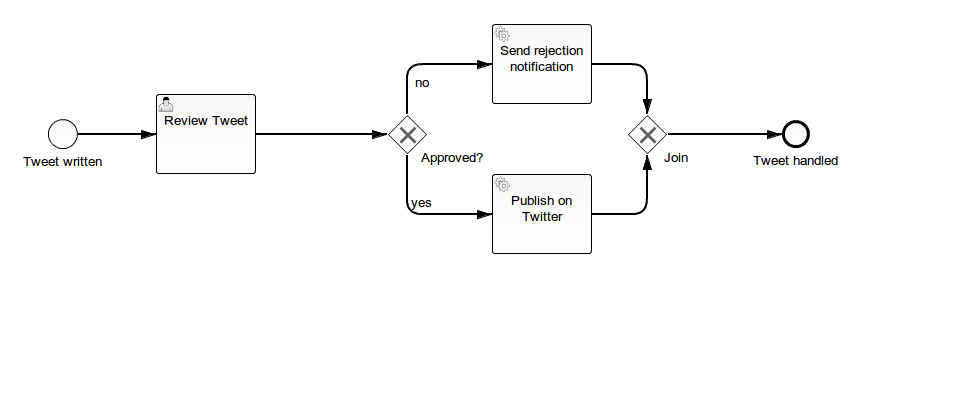
The BPMN diagram showcases/twitter/src/main/resources/TwitterDemoProcess.png in camunda-consulting/camunda-7-code-examples, before a commit. Its source is kept beside it as showcases/twitter/src/main/resources/TwitterDemoProcess.bpmn. Ids are renumbered.
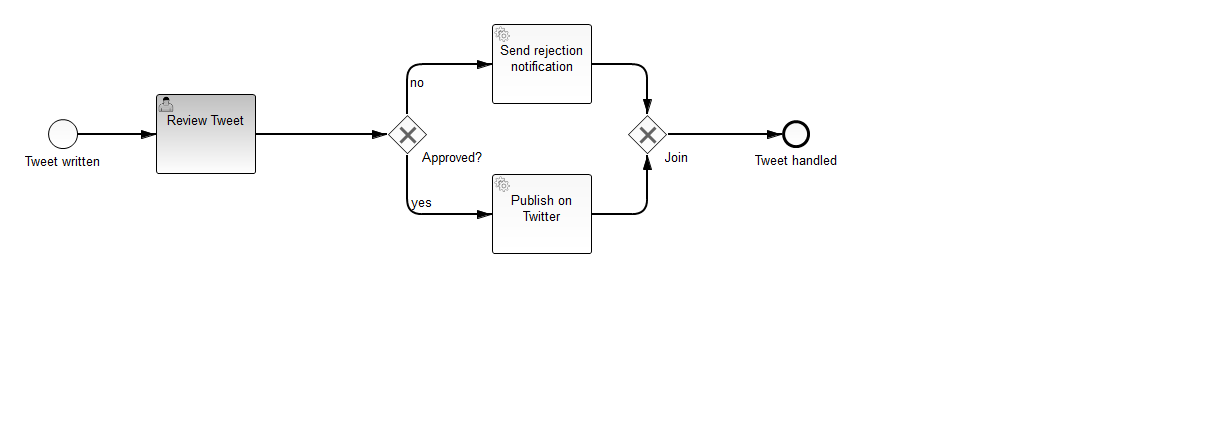
The same diagram one commit later.

Commit message:
added config for Data Generation and KPI Plugin

Change to the diagram source:
```diff
@@ -1,19 +1,39 @@
 <definitions xmlns:xsi="http://www.w3.org/2001/XMLSchema-instance" xmlns="http://www.omg.org/spec/BPMN/20100524/MODEL" xmlns:bpmndi="http://www.omg.org/spec/BPMN/20100524/DI" xmlns:camunda="http://activiti.org/bpmn" xmlns:omgdc="http://www.omg.org/spec/DD/20100524/DC" xmlns:omgdi="http://www.omg.org/spec/DD/20100524/DI" xsi:schemaLocation="http://www.omg.org/spec/BPMN/20100524/MODEL BPMN20.xsd" exporter="camunda modeler" exporterVersion="2.7.0" targetNamespace="http://www.signavio.com/bpmn20">
   <process id="TwitterDemoProcess" name="TwitterDemoProcess" isExecutable="true">
-    <serviceTask id="service_task_send_rejection_notification" camunda:delegateExpression="${emailAdapter}" name="Send rejection notification">
+    <serviceTask id="service_task_send_rejection_notification" camunda:class="org.camunda.bpm.example.twitter.RejectionNotificationDelegate" name="Send rejection notification">
+      <extensionElements>
+        <camunda:properties>
+          <camunda:property value="Tweet Rejected" name="KPI-Ratio"/>
+        </camunda:properties>
+      </extensionElements>
       <incoming>no</incoming>
       <outgoing>SequenceFlow_4</outgoing>
     </serviceTask>
     <sequenceFlow id="SequenceFlow_4" name="" sourceRef="service_task_send_rejection_notification" targetRef="gateway_join"/>
     <exclusiveGateway id="gateway_approved" name="Approved?">
+      <extensionElements>
+        <camunda:properties>
+          <camunda:property value="Tweet Approval Time" name="KPI-Cycle-End"/>
+        </camunda:properties>
+      </extensionElements>
       <incoming>SequenceFlow_2</incoming>
       <outgoing>no</outgoing>
       <outgoing>yes</outgoing>
     </exclusiveGateway>
     <sequenceFlow id="no" name="no&#x9;" sourceRef="gateway_approved" targetRef="service_task_send_rejection_notification">
+      <extensionElements>
+        <camunda:properties>
+          <camunda:property value="13" name="probability"/>
+        </camunda:properties>
+      </extensionElements>
       <conditionExpression xsi:type="tFormalExpression" id="FormalExpression_1">#{!approved}</conditionExpression>
     </sequenceFlow>
     <sequenceFlow id="yes" name="yes" sourceRef="gateway_approved" targetRef="service_task_publish_on_twitter">
+      <extensionElements>
+        <camunda:properties>
+          <camunda:property value="87" name="probability"/>
+        </camunda:properties>
+      </extensionElements>
       <conditionExpression xsi:type="tFormalExpression" id="FormalExpression_2">#{approved}</conditionExpression>
     </sequenceFlow>
     <exclusiveGateway id="gateway_join" name="Join">
@@ -22,7 +42,12 @@
       <outgoing>SequenceFlow_5</outgoing>
     </exclusiveGateway>
     <sequenceFlow id="SequenceFlow_5" name="" sourceRef="gateway_join" targetRef="end_event_tweet_handled"/>
-    <serviceTask id="service_task_publish_on_twitter" camunda:delegateExpression="#{tweetAdapter}" name="Publish on Twitter">
+    <serviceTask id="service_task_publish_on_twitter" camunda:class="org.camunda.bpm.example.twitter.TweetContentDelegate" name="Publish on Twitter">
+      <extensionElements>
+        <camunda:properties>
+          <camunda:property value="Tweet Approved" name="KPI-Ratio"/>
+        </camunda:properties>
+      </extensionElements>
       <incoming>yes</incoming>
       <outgoing>SequenceFlow_3</outgoing>
     </serviceTask>
@@ -31,10 +56,21 @@
       <incoming>SequenceFlow_5</incoming>
     </endEvent>
     <startEvent id="start_event_new_tweet" camunda:initiator="initiator" camunda:formKey="app:createTweet.jsf" name="Tweet written">
+      <extensionElements>
+        <camunda:properties>
+          <camunda:property value="Tweet Approval Time" name="KPI-Cycle-Start"/>
+        </camunda:properties>
+      </extensionElements>
       <outgoing>SequenceFlow_9</outgoing>
     </startEvent>
     <sequenceFlow id="SequenceFlow_9" name="" sourceRef="start_event_new_tweet" targetRef="user_task_review_tweet"/>
     <userTask id="user_task_review_tweet" camunda:assignee="demo" camunda:formKey="app:reviewTweet.jsf" name="Review Tweet">
+      <extensionElements>
+        <camunda:properties>
+          <camunda:property value="10000" name="durationMean"/>
+          <camunda:property value="5000" name="durationSd"/>
+        </camunda:properties>
+      </extensionElements>
       <incoming>SequenceFlow_9</incoming>
       <outgoing>SequenceFlow_2</outgoing>
     </userTask>
```
